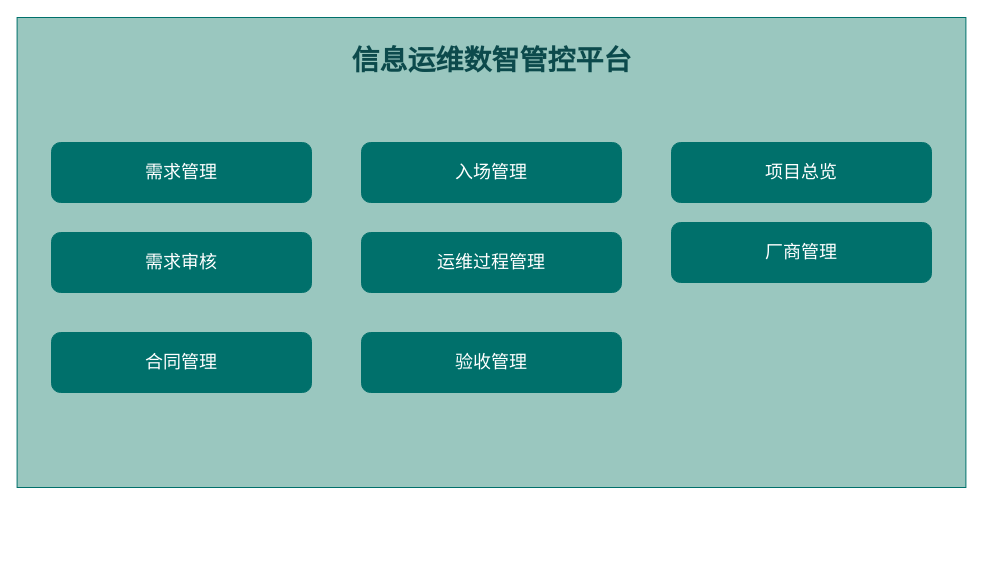
Before: 信息运维业务架构.drawio in diaosinanshen/draw, a draw.io diagram. Source tidied: cells renumbered, new cells numbered last; positions are measured from the earlier drawing's top-left corner, leaving out a move shared by most shapes. Both pictures are drawn from the tidied source at 100%, with x=0, y=0 at pixel (17, 17).
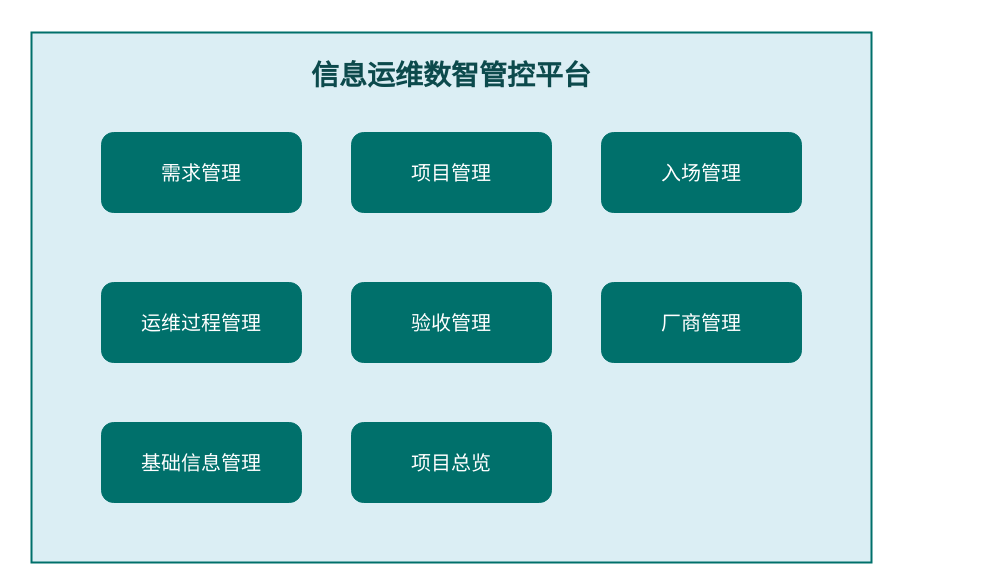
Above is the later version.

Commit message (it also covers changes not shown here):
更新信息运维业务架构.drawio

The edit, as a diff of the source:
```diff
@@
 <mxGraphModel>
   <root>
     <mxCell id="0" />
     <mxCell id="1" parent="0" />
-    <mxCell id="2" value="信息运维数智管控平台" style="rounded=0;whiteSpace=wrap;html=1;verticalAlign=top;fontSize=28;spacingTop=20;strokeColor=#00706B;fillColor=#9AC7BF;fontColor=#0C4A4C;fontStyle=1;" parent="1" vertex="1">
-      <mxGeometry x="-0.4" width="948.8" height="470" as="geometry" />
+    <mxCell id="2" value="信息运维数智管控平台" style="rounded=0;whiteSpace=wrap;html=1;verticalAlign=top;fontSize=28;spacingTop=20;strokeColor=#00706B;fillColor=#DBEEF4;fontColor=#0C4A4C;fontStyle=1;strokeWidth=2;" parent="1" vertex="1">
+      <mxGeometry x="14" y="15" width="840" height="530" as="geometry" />
     </mxCell>
-    <mxCell id="3" value="需求管理" style="rounded=1;whiteSpace=wrap;html=1;fillColor=#00706B;fontColor=#FFFFFF;fontSize=18;strokeColor=#00706B;" parent="1" vertex="1">
-      <mxGeometry x="34" y="125" width="260" height="60" as="geometry" />
+    <mxCell id="3" value="需求管理" style="rounded=1;whiteSpace=wrap;html=1;fillColor=#00706B;fontColor=#FFFFFF;fontSize=20;strokeColor=#00706B;fontStyle=0;" parent="1" vertex="1">
+      <mxGeometry x="84" y="115" width="200" height="80" as="geometry" />
     </mxCell>
-    <mxCell id="4" value="需求审核" style="rounded=1;whiteSpace=wrap;html=1;fillColor=#00706B;fontColor=#FFFFFF;fontSize=18;strokeColor=#00706B;" parent="1" vertex="1">
-      <mxGeometry x="34" y="215" width="260" height="60" as="geometry" />
-    </mxCell>
-    <mxCell id="5" value="合同管理" style="rounded=1;whiteSpace=wrap;html=1;fillColor=#00706B;fontColor=#FFFFFF;fontSize=18;strokeColor=#00706B;" parent="1" vertex="1">
-      <mxGeometry x="34" y="315" width="260" height="60" as="geometry" />
+    <mxCell id="5" value="项目管理" style="rounded=1;whiteSpace=wrap;html=1;fillColor=#00706B;fontColor=#FFFFFF;fontSize=20;strokeColor=#00706B;fontStyle=0;" parent="1" vertex="1">
+      <mxGeometry x="334" y="115" width="200" height="80" as="geometry" />
     </mxCell>
-    <mxCell id="6" value="入场管理" style="rounded=1;whiteSpace=wrap;html=1;fillColor=#00706B;fontColor=#FFFFFF;fontSize=18;strokeColor=#00706B;" parent="1" vertex="1">
-      <mxGeometry x="344" y="125" width="260" height="60" as="geometry" />
+    <mxCell id="6" value="入场管理" style="rounded=1;whiteSpace=wrap;html=1;fillColor=#00706B;fontColor=#FFFFFF;fontSize=20;strokeColor=#00706B;fontStyle=0;" parent="1" vertex="1">
+      <mxGeometry x="584" y="115" width="200" height="80" as="geometry" />
     </mxCell>
-    <mxCell id="7" value="运维过程管理" style="rounded=1;whiteSpace=wrap;html=1;fillColor=#00706B;fontColor=#FFFFFF;fontSize=18;strokeColor=#00706B;" parent="1" vertex="1">
-      <mxGeometry x="344" y="215" width="260" height="60" as="geometry" />
+    <mxCell id="7" value="运维过程管理" style="rounded=1;whiteSpace=wrap;html=1;fillColor=#00706B;fontColor=#FFFFFF;fontSize=20;strokeColor=#00706B;fontStyle=0;" parent="1" vertex="1">
+      <mxGeometry x="84" y="265" width="200" height="80" as="geometry" />
     </mxCell>
-    <mxCell id="8" value="验收管理" style="rounded=1;whiteSpace=wrap;html=1;fillColor=#00706B;fontColor=#FFFFFF;fontSize=18;strokeColor=#00706B;" parent="1" vertex="1">
-      <mxGeometry x="344" y="315" width="260" height="60" as="geometry" />
+    <mxCell id="8" value="验收管理" style="rounded=1;whiteSpace=wrap;html=1;fillColor=#00706B;fontColor=#FFFFFF;fontSize=20;strokeColor=#00706B;fontStyle=0;" parent="1" vertex="1">
+      <mxGeometry x="334" y="265" width="200" height="80" as="geometry" />
     </mxCell>
-    <mxCell id="9" value="项目总览" style="rounded=1;whiteSpace=wrap;html=1;fillColor=#00706B;fontColor=#FFFFFF;fontSize=18;strokeColor=#00706B;" parent="1" vertex="1">
-      <mxGeometry x="654" y="125" width="260" height="60" as="geometry" />
+    <mxCell id="9" value="项目总览" style="rounded=1;whiteSpace=wrap;html=1;fillColor=#00706B;fontColor=#FFFFFF;fontSize=20;strokeColor=#00706B;fontStyle=0;" parent="1" vertex="1">
+      <mxGeometry x="334" y="405" width="200" height="80" as="geometry" />
     </mxCell>
-    <mxCell id="10" value="厂商管理" style="rounded=1;whiteSpace=wrap;html=1;fillColor=#00706B;fontColor=#FFFFFF;fontSize=18;strokeColor=#00706B;" parent="1" vertex="1">
-      <mxGeometry x="654" y="205" width="260" height="60" as="geometry" />
+    <mxCell id="10" value="厂商管理" style="rounded=1;whiteSpace=wrap;html=1;fillColor=#00706B;fontColor=#FFFFFF;fontSize=20;strokeColor=#00706B;fontStyle=0;" parent="1" vertex="1">
+      <mxGeometry x="584" y="265" width="200" height="80" as="geometry" />
     </mxCell>
+    <mxCell id="11" value="基础信息管理" style="rounded=1;whiteSpace=wrap;html=1;fillColor=#00706B;fontColor=#FFFFFF;fontSize=20;strokeColor=#00706B;fontStyle=0;" parent="1" vertex="1">
+      <mxGeometry x="84" y="405" width="200" height="80" as="geometry" />
+    </mxCell>
   </root>
 </mxGraphModel>
```
